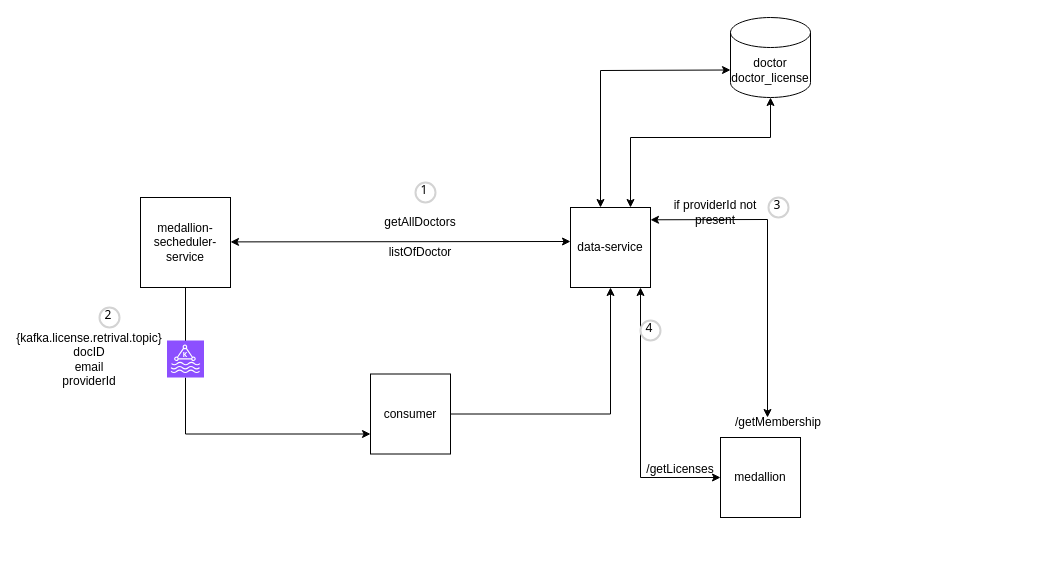
This is Untitled Diagram.drawio from Prem19032001/architectui-angular-theme-free-master, a draw.io file, before an edit. Source tidied: cells renumbered, new cells numbered last; positions are measured from the earlier drawing's top-left corner, leaving out a move shared by most shapes. Both pictures are drawn from the tidied source at 100%, with x=0, y=0 at pixel (59, 17).
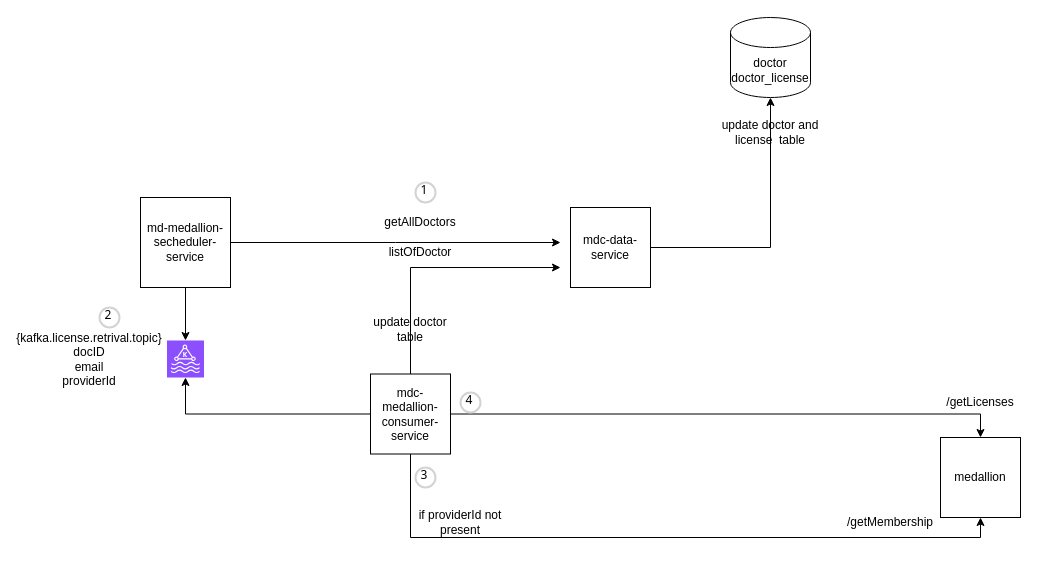
The same page after the edit.

The change refers to these unchanged cells:
```xml
<mxCell id="10" style="sketch=0;points=[[0,0,0],[0.25,0,0],[0.5,0,0],[0.75,0,0],[1,0,0],[0,1,0],[0.25,1,0],[0.5,1,0],[0.75,1,0],[1,1,0],[0,0.25,0],[0,0.5,0],[0,0.75,0],[1,0.25,0],[1,0.5,0],[1,0.75,0]];outlineConnect=0;fontColor=#232F3E;fillColor=#8C4FFF;strokeColor=#ffffff;dashed=0;verticalLabelPosition=bottom;verticalAlign=top;align=center;html=1;fontSize=12;fontStyle=0;shape=mxgraph.aws4.resourceIcon;resIcon=mxgraph.aws4.managed_streaming_for_kafka;" parent="1" vertex="1">
  <mxGeometry x="107.5" y="323" width="37" height="37" as="geometry" />
</mxCell>
<mxCell id="13" value="doctor&lt;br&gt;doctor_license" style="shape=cylinder3;whiteSpace=wrap;html=1;boundedLbl=1;backgroundOutline=1;size=15;" parent="1" vertex="1">
  <mxGeometry x="671" width="80" height="80" as="geometry" />
</mxCell>
```

The edit, as a diff of the source:
```diff
@@
-    <mxCell id="2" style="edgeStyle=orthogonalEdgeStyle;rounded=0;jettySize=auto;html=1;entryX=0;entryY=0.75;entryDx=0;entryDy=0;" parent="1" edge="1" source="10" target="8">
-      <mxGeometry relative="1" as="geometry">
-        <Array as="points">
-          <mxPoint x="126" y="417" />
-        </Array>
-      </mxGeometry>
-    </mxCell>
+    <mxCell id="26" style="edgeStyle=orthogonalEdgeStyle;rounded=0;jettySize=auto;html=1;" parent="1" edge="1" source="3">
+      <mxGeometry relative="1" as="geometry">
+        <mxPoint x="501" y="225" as="targetPoint" />
+      </mxGeometry>
+    </mxCell>
+    <mxCell id="9" style="edgeStyle=orthogonalEdgeStyle;rounded=0;jettySize=auto;html=1;" parent="1" edge="1" source="3" target="10">
+      <mxGeometry relative="1" as="geometry" />
+    </mxCell>
-    <mxCell id="3" value="medallion-secheduler-service&lt;br&gt;" style="whiteSpace=wrap;html=1;" parent="1" vertex="1">
+    <mxCell id="3" value="md-medallion-secheduler-service" style="whiteSpace=wrap;html=1;" parent="1" vertex="1">
       <mxGeometry x="81" y="180" width="90" height="90" as="geometry" />
     </mxCell>
-    <mxCell id="4" value="data-service" style="whiteSpace=wrap;html=1;" parent="1" vertex="1">
+    <mxCell id="4" value="mdc-data-service" style="whiteSpace=wrap;html=1;" parent="1" vertex="1">
       <mxGeometry x="511" y="190" width="80" height="80" as="geometry" />
     </mxCell>
@@
-    <mxCell id="7" style="edgeStyle=orthogonalEdgeStyle;rounded=0;jettySize=auto;html=1;entryX=0.5;entryY=1;entryDx=0;entryDy=0;" parent="1" edge="1" source="8" target="4">
-      <mxGeometry relative="1" as="geometry" />
-    </mxCell>
+    <mxCell id="27" style="edgeStyle=orthogonalEdgeStyle;rounded=0;jettySize=auto;html=1;entryX=0.5;entryY=1;entryDx=0;entryDy=0;" parent="1" edge="1" source="8" target="14">
+      <mxGeometry relative="1" as="geometry">
+        <Array as="points">
+          <mxPoint x="351" y="520" />
+          <mxPoint x="921" y="520" />
+        </Array>
+      </mxGeometry>
+    </mxCell>
+    <mxCell id="28" style="edgeStyle=orthogonalEdgeStyle;rounded=0;jettySize=auto;html=1;" parent="1" edge="1" source="8">
+      <mxGeometry relative="1" as="geometry">
+        <mxPoint x="501" y="250" as="targetPoint" />
+        <Array as="points">
+          <mxPoint x="351" y="250" />
+        </Array>
+      </mxGeometry>
+    </mxCell>
+    <mxCell id="29" style="edgeStyle=orthogonalEdgeStyle;rounded=0;jettySize=auto;html=1;entryX=0.5;entryY=0;entryDx=0;entryDy=0;" parent="1" edge="1" source="8" target="14">
+      <mxGeometry relative="1" as="geometry" />
+    </mxCell>
-    <mxCell id="8" value="consumer" style="whiteSpace=wrap;html=1;" parent="1" vertex="1">
+    <mxCell id="8" value="mdc-medallion-consumer-service" style="whiteSpace=wrap;html=1;" parent="1" vertex="1">
       <mxGeometry x="311" y="356.5" width="80" height="80" as="geometry" />
     </mxCell>
-    <mxCell id="9" style="edgeStyle=orthogonalEdgeStyle;rounded=0;jettySize=auto;html=1;entryX=0;entryY=0.75;entryDx=0;entryDy=0;" parent="1" edge="1" source="3" target="10">
-      <mxGeometry relative="1" as="geometry">
-        <Array as="points">
-          <mxPoint x="126" y="351" />
-        </Array>
-      </mxGeometry>
-    </mxCell>
@@
     <mxCell id="14" value="medallion" style="whiteSpace=wrap;html=1;" parent="1" vertex="1">
-      <mxGeometry x="661" y="420" width="80" height="80" as="geometry" />
+      <mxGeometry x="881" y="420" width="80" height="80" as="geometry" />
     </mxCell>
-    <mxCell id="15" style="endArrow=classic;startArrow=classic;html=1;rounded=0;exitX=1.025;exitY=0.154;exitDx=0;exitDy=0;exitPerimeter=0;" parent="1" edge="1">
-      <mxGeometry relative="1" as="geometry">
-        <mxPoint x="591" y="202.3" as="sourcePoint" />
-        <mxPoint x="708" y="400" as="targetPoint" />
-        <Array as="points">
-          <mxPoint x="708" y="202" />
-        </Array>
-      </mxGeometry>
-    </mxCell>
     <mxCell id="16" value="if providerId not present" style="text;html=1;strokeColor=none;fillColor=none;align=center;verticalAlign=middle;whiteSpace=wrap;rounded=0;" parent="1" vertex="1">
-      <mxGeometry x="611" y="180" width="90" height="30" as="geometry" />
+      <mxGeometry x="356" y="490" width="90" height="30" as="geometry" />
     </mxCell>
     <mxCell id="17" value="/getMembership" style="text;html=1;strokeColor=none;fillColor=none;align=center;verticalAlign=middle;whiteSpace=wrap;rounded=0;" parent="1" vertex="1">
-      <mxGeometry x="689" y="390" width="60" height="30" as="geometry" />
+      <mxGeometry x="801" y="490" width="60" height="30" as="geometry" />
     </mxCell>
@@
     <mxCell id="19" value="3" style="ellipse;whiteSpace=wrap;html=1;strokeWidth=2;fontFamily=Tahoma;spacingBottom=4;spacingRight=2;strokeColor=#d3d3d3;" parent="1" vertex="1">
-      <mxGeometry x="709" y="180" width="20" height="20" as="geometry" />
+      <mxGeometry x="356" y="450" width="20" height="20" as="geometry" />
     </mxCell>
     <mxCell id="20" value="/getLicenses" style="text;html=1;strokeColor=none;fillColor=none;align=center;verticalAlign=middle;whiteSpace=wrap;rounded=0;" parent="1" vertex="1">
-      <mxGeometry x="591" y="436.5" width="60" height="30" as="geometry" />
+      <mxGeometry x="891" y="370" width="60" height="30" as="geometry" />
     </mxCell>
-    <mxCell id="21" style="endArrow=classic;startArrow=classic;html=1;rounded=0;entryX=1;entryY=1;entryDx=0;entryDy=0;exitX=0;exitY=0.5;exitDx=0;exitDy=0;" parent="1" edge="1" source="14">
-      <mxGeometry relative="1" as="geometry">
-        <mxPoint x="581" y="270" as="targetPoint" />
-        <Array as="points">
-          <mxPoint x="581" y="460" />
-        </Array>
-      </mxGeometry>
-    </mxCell>
     <mxCell id="22" value="4" style="ellipse;whiteSpace=wrap;html=1;strokeWidth=2;fontFamily=Tahoma;spacingBottom=4;spacingRight=2;strokeColor=#d3d3d3;" parent="1" vertex="1">
-      <mxGeometry x="581" y="303" width="20" height="20" as="geometry" />
+      <mxGeometry x="401" y="375" width="20" height="20" as="geometry" />
     </mxCell>
-    <mxCell id="23" style="endArrow=classic;startArrow=classic;html=1;rounded=0;exitX=1.059;exitY=0.415;exitDx=0;exitDy=0;exitPerimeter=0;" parent="1" edge="1">
-      <mxGeometry relative="1" as="geometry">
-        <mxPoint x="171" y="224.4" as="sourcePoint" />
-        <mxPoint x="511" y="224" as="targetPoint" />
-      </mxGeometry>
-    </mxCell>
-    <mxCell id="24" style="endArrow=classic;startArrow=classic;html=1;rounded=0;entryX=0;entryY=0;entryDx=0;entryDy=52.5;entryPerimeter=0;" parent="1" edge="1" target="13">
-      <mxGeometry relative="1" as="geometry">
-        <mxPoint x="541" y="190" as="sourcePoint" />
-        <Array as="points">
-          <mxPoint x="541" y="53" />
-        </Array>
-      </mxGeometry>
-    </mxCell>
+    <mxCell id="30" value="update doctor and license&amp;nbsp; table" style="text;html=1;strokeColor=none;fillColor=none;align=center;verticalAlign=middle;whiteSpace=wrap;rounded=0;" parent="1" vertex="1">
+      <mxGeometry x="656" y="100" width="110" height="30" as="geometry" />
+    </mxCell>
+    <mxCell id="31" style="edgeStyle=orthogonalEdgeStyle;rounded=0;jettySize=auto;html=1;entryX=0.5;entryY=1;entryDx=0;entryDy=0;entryPerimeter=0;" parent="1" edge="1" source="8" target="10">
+      <mxGeometry relative="1" as="geometry" />
+    </mxCell>
+    <mxCell id="32" value="update doctor table" style="text;html=1;strokeColor=none;fillColor=none;align=center;verticalAlign=middle;whiteSpace=wrap;rounded=0;" parent="1" vertex="1">
+      <mxGeometry x="311" y="296.5" width="80" height="30" as="geometry" />
+    </mxCell>
-    <mxCell id="25" style="endArrow=classic;startArrow=classic;html=1;rounded=0;exitX=0.75;exitY=0;exitDx=0;exitDy=0;entryX=0.5;entryY=1;entryDx=0;entryDy=0;entryPerimeter=0;" parent="1" edge="1" source="4" target="13">
-      <mxGeometry relative="1" as="geometry">
-        <Array as="points">
-          <mxPoint x="571" y="120" />
-          <mxPoint x="711" y="120" />
-        </Array>
-      </mxGeometry>
+    <mxCell id="25" style="edgeStyle=orthogonalEdgeStyle;rounded=0;jettySize=auto;html=1;entryX=0.5;entryY=1;entryDx=0;entryDy=0;entryPerimeter=0;" parent="1" edge="1" source="4" target="13">
+      <mxGeometry relative="1" as="geometry" />
     </mxCell>
```
